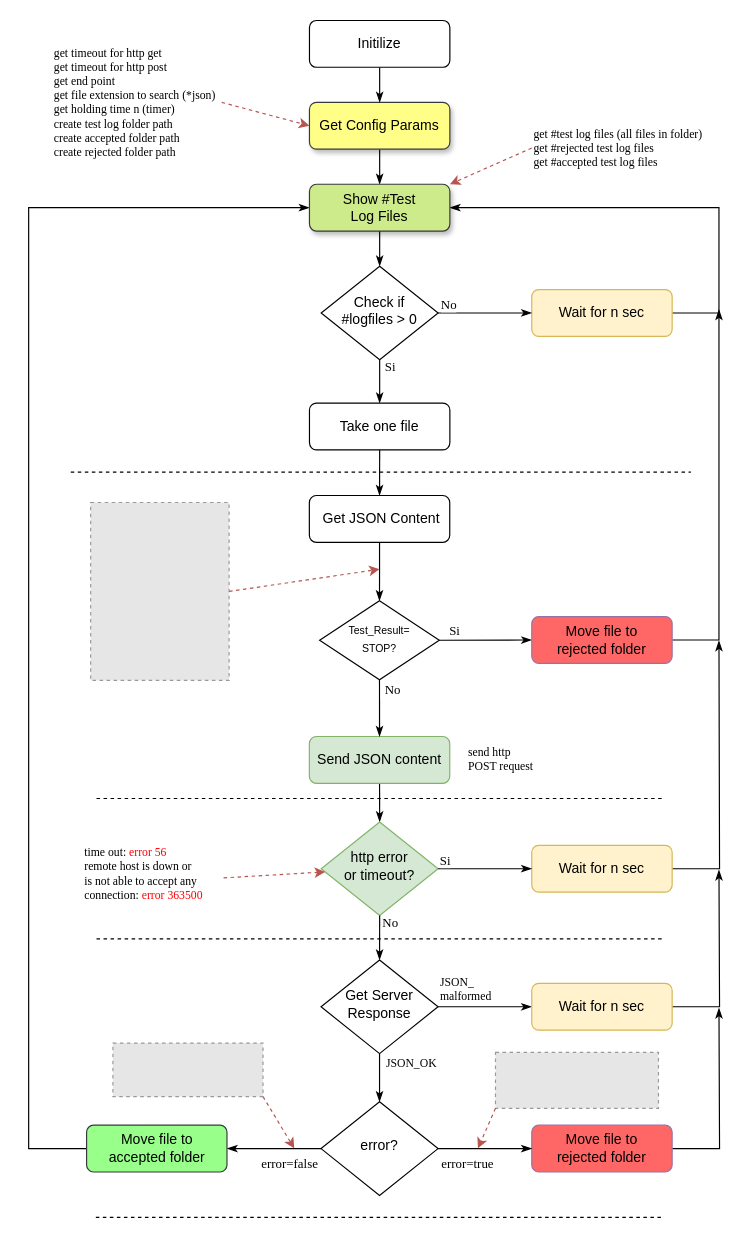
Earlier version of the draw.io diagram miscellaneous/Diagrama de flujo del programa.drawio (rnt-code/Registration-Service-QMH-based). Source tidied: cells renumbered, new cells numbered last; positions are measured from the earlier drawing's top-left corner, leaving out a move shared by most shapes. Both pictures are drawn from the tidied source at 117%, with x=0, y=0 at pixel (28, 20). Pictures stored in the file or linked from it are replaced by grey dashed boxes.
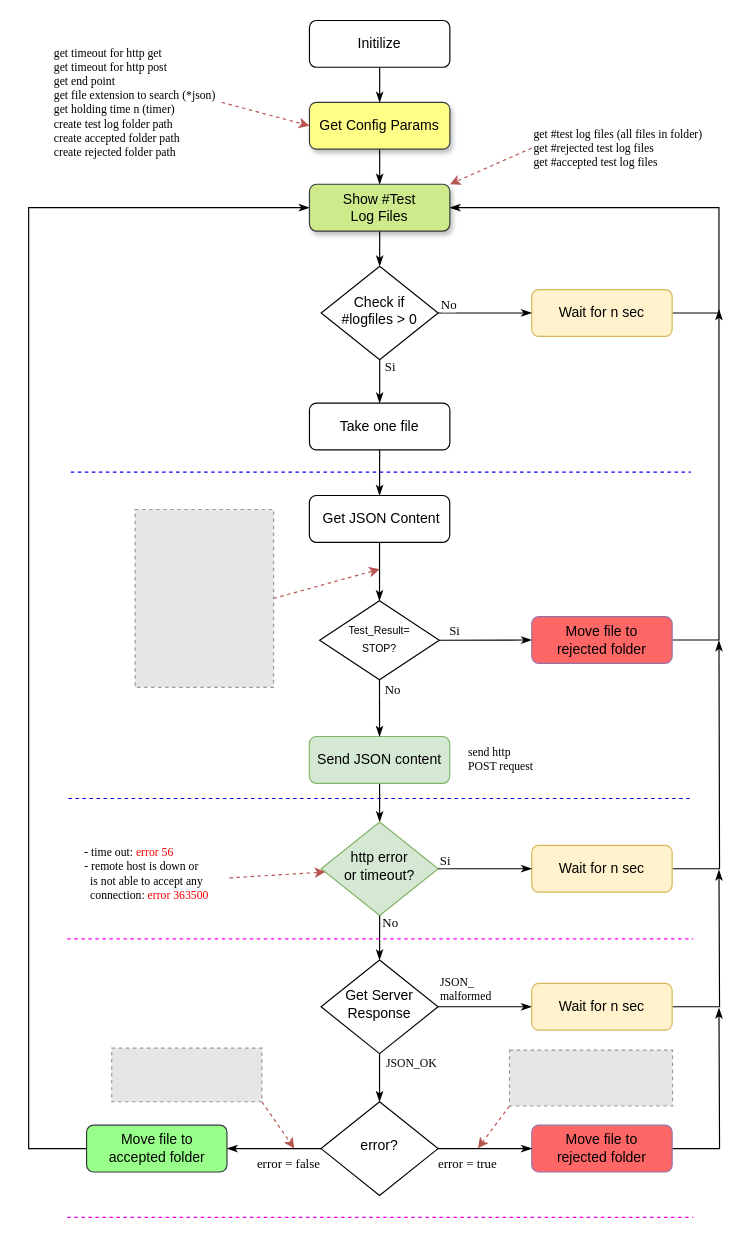
Above is the later version.

Unchanged cells that the change refers to:
```xml
<mxCell id="27" style="endArrow=classicThin;html=1;rounded=0;exitX=0;exitY=0.5;exitDx=0;exitDy=0;endFill=1;entryX=1;entryY=0.5;entryDx=0;entryDy=0;" parent="1" edge="1" source="26" target="30">
  <mxGeometry relative="1" as="geometry" />
</mxCell>
<mxCell id="33" style="endArrow=classicThin;html=1;rounded=0;exitX=1;exitY=0.5;exitDx=0;exitDy=0;entryX=0;entryY=0.5;entryDx=0;entryDy=0;endFill=1;" parent="1" edge="1" source="26" target="32">
  <mxGeometry relative="1" as="geometry">
    <Array as="points">
      <mxPoint x="419.9" y="964.2" />
    </Array>
  </mxGeometry>
</mxCell>
```

The edit, as a diff of the source:
```diff
@@
-    <mxCell id="28" value="error=false" style="edgeLabel;html=1;align=center;verticalAlign=middle;fontFamily=Times New Roman;" parent="27" vertex="1">
+    <mxCell id="28" value="error = false" style="edgeLabel;html=1;align=center;verticalAlign=middle;fontFamily=Times New Roman;" parent="27" vertex="1">
       <mxGeometry relative="1" as="geometry">
-        <mxPoint x="13" y="12" as="offset" />
+        <mxPoint x="12" y="12" as="offset" />
       </mxGeometry>
     </mxCell>
@@
-    <mxCell id="34" value="error=true" style="edgeLabel;html=1;align=center;verticalAlign=middle;fontFamily=Times New Roman;" parent="33" vertex="1">
+    <mxCell id="34" value="error = true" style="edgeLabel;html=1;align=center;verticalAlign=middle;fontFamily=Times New Roman;" parent="33" vertex="1">
       <mxGeometry relative="1" as="geometry">
         <mxPoint x="-15" y="12" as="offset" />
       </mxGeometry>
     </mxCell>
@@
     <mxCell id="42" style="fillColor=#E6E6E6;strokeColor=#999999;dashed=1;verticalLabelPosition=bottom;labelBackgroundColor=default;verticalAlign=top;" parent="1" vertex="1">
-      <mxGeometry x="72" y="874" width="128.3" height="45.8" as="geometry" />
+      <mxGeometry x="71" y="878.4" width="128.3" height="45.8" as="geometry" />
     </mxCell>
     <mxCell id="43" style="fillColor=#E6E6E6;strokeColor=#999999;dashed=1;verticalLabelPosition=bottom;labelBackgroundColor=default;verticalAlign=top;" parent="1" vertex="1">
-      <mxGeometry x="399" y="882" width="139.3" height="47.8" as="geometry" />
+      <mxGeometry x="411" y="880" width="139.3" height="47.8" as="geometry" />
     </mxCell>
@@
     <mxCell id="47" style="fillColor=#E6E6E6;strokeColor=#999999;dashed=1;verticalLabelPosition=bottom;labelBackgroundColor=default;verticalAlign=top;" parent="1" vertex="1">
-      <mxGeometry x="53" y="412" width="118.3" height="152" as="geometry" />
+      <mxGeometry x="91" y="418" width="118.3" height="152" as="geometry" />
     </mxCell>
@@
-    <mxCell id="62" value="time out: &lt;font color=&quot;#ff0000&quot; style=&quot;font-size: 10px;&quot;&gt;error 56&lt;/font&gt;&lt;br style=&quot;font-size: 10px;&quot;&gt;remote host is down or &lt;br style=&quot;font-size: 10px;&quot;&gt;is not&amp;nbsp;able to accept any &lt;br style=&quot;font-size: 10px;&quot;&gt;connection: &lt;font color=&quot;#ff0000&quot; style=&quot;font-size: 10px;&quot;&gt;error 363500&lt;/font&gt;" style="text;html=1;align=left;verticalAlign=middle;points=[];strokeColor=none;fillColor=none;fontFamily=Times New Roman;fontSize=10;" parent="1" vertex="1">
-      <mxGeometry x="46" y="698" width="120" height="61" as="geometry" />
+    <mxCell id="62" value="- time out: &lt;font color=&quot;#ff0000&quot; style=&quot;font-size: 10px;&quot;&gt;error 56&lt;/font&gt;&lt;br style=&quot;font-size: 10px;&quot;&gt;- remote host is down or &lt;br style=&quot;font-size: 10px;&quot;&gt;&amp;nbsp; is not&amp;nbsp;able to accept any &lt;br style=&quot;font-size: 10px;&quot;&gt;&amp;nbsp; connection: &lt;font color=&quot;#ff0000&quot; style=&quot;font-size: 10px;&quot;&gt;error 363500&lt;/font&gt;" style="text;html=1;align=left;verticalAlign=middle;points=[];strokeColor=none;fillColor=none;fontFamily=Times New Roman;fontSize=10;" parent="1" vertex="1">
+      <mxGeometry x="46" y="698" width="125" height="61" as="geometry" />
     </mxCell>
@@
-    <mxCell id="64" style="endArrow=none;dashed=1;html=1;rounded=0;fontFamily=Times New Roman;" parent="1" edge="1">
+    <mxCell id="64" style="endArrow=none;dashed=1;html=1;rounded=0;fontFamily=Times New Roman;strokeColor=#0000CC;" parent="1" edge="1">
       <mxGeometry relative="1" as="geometry">
-        <mxPoint x="58" y="665" as="sourcePoint" />
-        <mxPoint x="543" y="665" as="targetPoint" />
+        <mxPoint x="34" y="665" as="sourcePoint" />
+        <mxPoint x="566" y="665" as="targetPoint" />
       </mxGeometry>
     </mxCell>
-    <mxCell id="65" style="endArrow=none;dashed=1;html=1;rounded=0;fontFamily=Times New Roman;" parent="1" edge="1">
+    <mxCell id="65" style="endArrow=none;dashed=1;html=1;rounded=0;fontFamily=Times New Roman;strokeColor=#0000FF;" parent="1" edge="1">
       <mxGeometry relative="1" as="geometry">
         <mxPoint x="36" y="386" as="sourcePoint" />
         <mxPoint x="566" y="386" as="targetPoint" />
       </mxGeometry>
     </mxCell>
-    <mxCell id="66" style="endArrow=none;dashed=1;html=1;rounded=0;fontFamily=Times New Roman;" parent="1" edge="1">
+    <mxCell id="66" style="endArrow=none;dashed=1;html=1;rounded=0;fontFamily=Times New Roman;strokeColor=#FF00FF;" parent="1" edge="1">
       <mxGeometry relative="1" as="geometry">
-        <mxPoint x="58" y="785" as="sourcePoint" />
-        <mxPoint x="543" y="785" as="targetPoint" />
+        <mxPoint x="33" y="785" as="sourcePoint" />
+        <mxPoint x="568" y="785" as="targetPoint" />
       </mxGeometry>
     </mxCell>
-    <mxCell id="67" style="endArrow=none;dashed=1;html=1;rounded=0;fontFamily=Times New Roman;" parent="1" edge="1">
+    <mxCell id="67" style="endArrow=none;dashed=1;html=1;rounded=0;fontFamily=Times New Roman;strokeColor=#FF00FF;" parent="1" edge="1">
       <mxGeometry relative="1" as="geometry">
-        <mxPoint x="57.4" y="1023" as="sourcePoint" />
-        <mxPoint x="542.4" y="1023" as="targetPoint" />
+        <mxPoint x="33" y="1023" as="sourcePoint" />
+        <mxPoint x="568" y="1023" as="targetPoint" />
       </mxGeometry>
     </mxCell>
```
